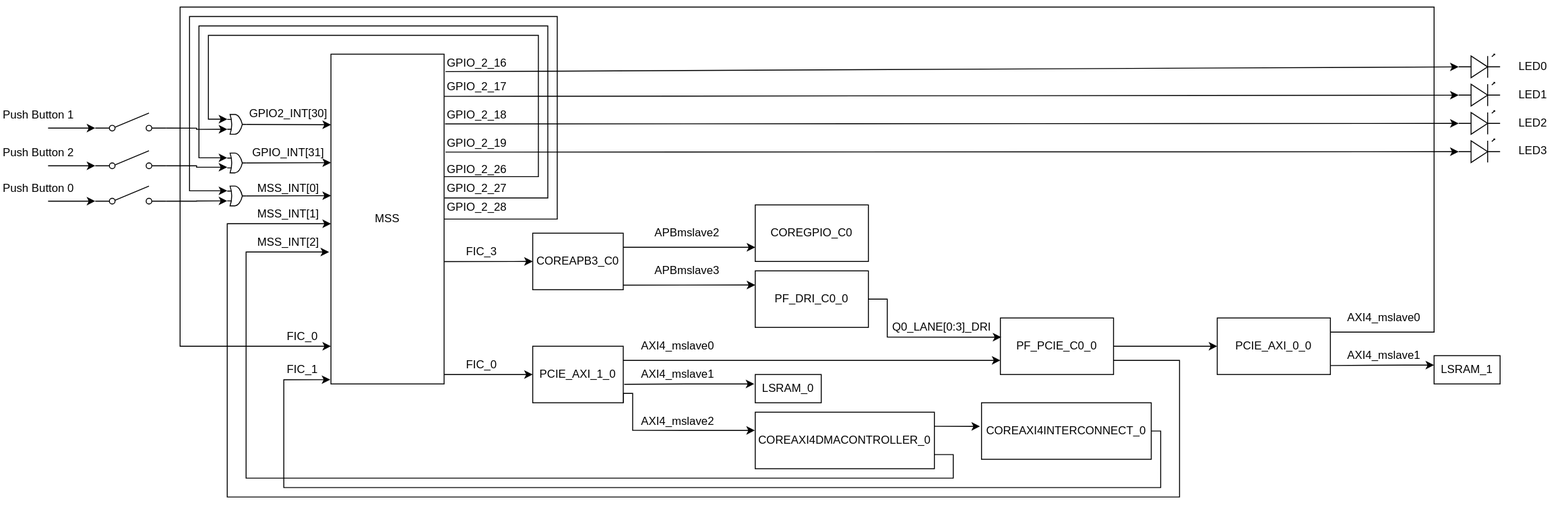
This is block_diagram.svg from polarfire-soc/icicle-kit-reference-design, a draw.io export, as it was before one commit. Source tidied: cells renumbered, new cells last; positions are measured from the earlier drawing's top-left corner, leaving out a move shared by most shapes.
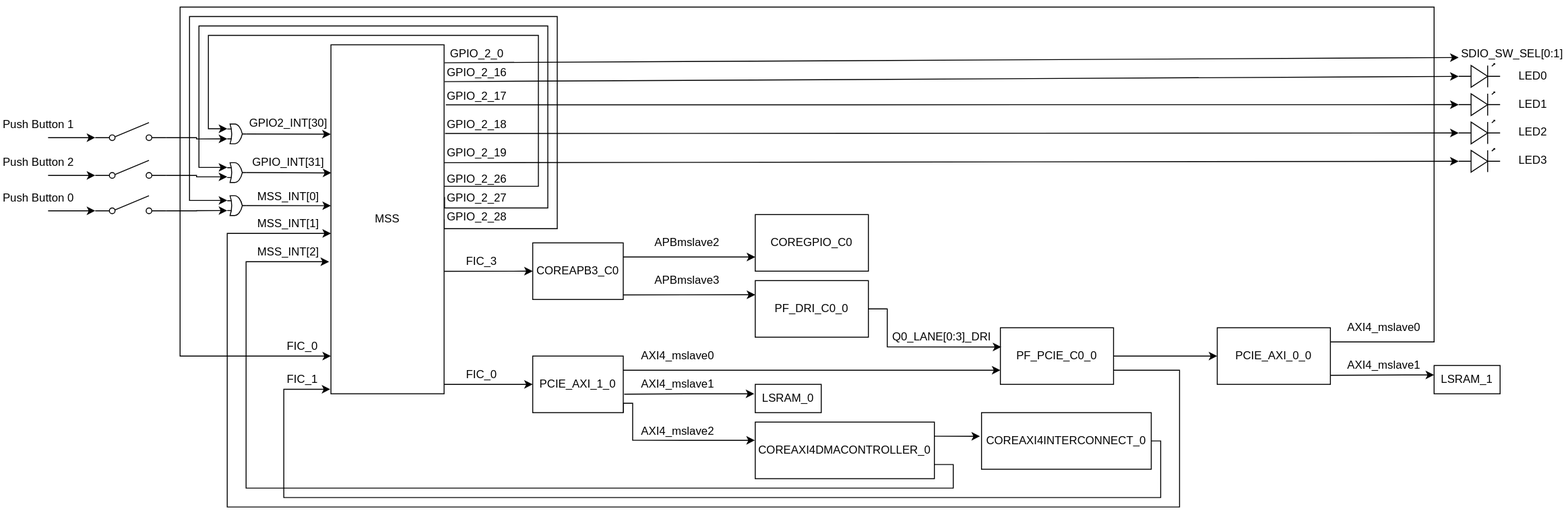
Above is the later version.

Commit message:
Update to allow dynamic eMMC and SD card switching Updated readme and block diagram

What changed in the source:
```diff
@@ -7,13 +7,13 @@
         <mxPoint x="470" y="390" as="sourcePoint" />
       </mxGeometry>
     </mxCell>
-    <mxCell id="3" style="edgeStyle=none;rounded=0;jettySize=auto;html=1;entryX=0;entryY=0.5;entryDx=0;entryDy=0;exitX=0.995;exitY=0.629;exitDx=0;exitDy=0;exitPerimeter=0;" parent="1" edge="1" source="11" target="33">
+    <mxCell id="3" style="edgeStyle=none;rounded=0;jettySize=auto;html=1;entryX=0;entryY=0.5;entryDx=0;entryDy=0;exitX=0.995;exitY=0.649;exitDx=0;exitDy=0;exitPerimeter=0;" parent="1" edge="1" source="11" target="33">
       <mxGeometry relative="1" as="geometry" />
     </mxCell>
-    <mxCell id="4" style="edgeStyle=none;rounded=0;jettySize=auto;html=1;exitX=1.012;exitY=0.053;exitDx=0;exitDy=0;entryX=0;entryY=0.54;entryDx=0;entryDy=0;entryPerimeter=0;exitPerimeter=0;" parent="1" edge="1" source="11" target="48">
+    <mxCell id="4" style="edgeStyle=none;rounded=0;jettySize=auto;html=1;exitX=0.008;exitY=0.952;exitDx=0;exitDy=0;entryX=0;entryY=0.54;entryDx=0;entryDy=0;entryPerimeter=0;exitPerimeter=0;" parent="1" edge="1" source="55" target="48">
       <mxGeometry relative="1" as="geometry" />
     </mxCell>
-    <mxCell id="5" style="edgeStyle=none;rounded=0;jettySize=auto;html=1;exitX=0.994;exitY=0.128;exitDx=0;exitDy=0;exitPerimeter=0;entryX=0;entryY=0.54;entryDx=0;entryDy=0;entryPerimeter=0;" parent="1" edge="1" source="11" target="49">
+    <mxCell id="5" style="edgeStyle=none;rounded=0;jettySize=auto;html=1;exitX=1.015;exitY=0.172;exitDx=0;exitDy=0;exitPerimeter=0;entryX=0;entryY=0.54;entryDx=0;entryDy=0;entryPerimeter=0;" parent="1" edge="1" source="11" target="49">
       <mxGeometry relative="1" as="geometry" />
     </mxCell>
     <mxCell id="6" style="edgeStyle=none;rounded=0;jettySize=auto;html=1;entryX=0;entryY=0.54;entryDx=0;entryDy=0;entryPerimeter=0;" parent="1" edge="1" target="50">
@@ -21,7 +21,7 @@
         <mxPoint x="471" y="124" as="sourcePoint" />
       </mxGeometry>
     </mxCell>
-    <mxCell id="7" style="edgeStyle=none;rounded=0;jettySize=auto;html=1;exitX=1.012;exitY=0.297;exitDx=0;exitDy=0;entryX=0;entryY=0.54;entryDx=0;entryDy=0;entryPerimeter=0;exitPerimeter=0;" parent="1" edge="1" source="11" target="51">
+    <mxCell id="7" style="edgeStyle=none;rounded=0;jettySize=auto;html=1;exitX=0;exitY=1;exitDx=0;exitDy=0;entryX=0;entryY=0.54;entryDx=0;entryDy=0;entryPerimeter=0;" parent="1" edge="1" source="52" target="51">
       <mxGeometry relative="1" as="geometry" />
     </mxCell>
     <mxCell id="8" style="edgeStyle=orthogonalEdgeStyle;rounded=0;jettySize=auto;html=1;" parent="1" edge="1" source="11">
@@ -29,8 +29,8 @@
         <mxPoint x="240" y="119" as="targetPoint" />
         <Array as="points">
           <mxPoint x="570" y="180" />
-          <mxPoint x="570" y="30" />
-          <mxPoint x="220" y="30" />
+          <mxPoint x="570" y="20" />
+          <mxPoint x="220" y="20" />
           <mxPoint x="220" y="119" />
         </Array>
       </mxGeometry>
@@ -39,9 +39,10 @@
       <mxGeometry relative="1" as="geometry">
         <mxPoint x="240" y="160" as="targetPoint" />
         <Array as="points">
+          <mxPoint x="471" y="203" />
           <mxPoint x="580" y="203" />
-          <mxPoint x="580" y="20" />
-          <mxPoint x="210" y="20" />
+          <mxPoint x="580" y="10" />
+          <mxPoint x="210" y="10" />
           <mxPoint x="210" y="160" />
         </Array>
       </mxGeometry>
@@ -50,15 +51,16 @@
       <mxGeometry relative="1" as="geometry">
         <mxPoint x="240" y="195" as="targetPoint" />
         <Array as="points">
+          <mxPoint x="470" y="225" />
           <mxPoint x="590" y="225" />
-          <mxPoint x="590" y="10" />
-          <mxPoint x="200" y="10" />
+          <mxPoint x="590" />
+          <mxPoint x="200" />
           <mxPoint x="200" y="195" />
         </Array>
       </mxGeometry>
     </mxCell>
     <mxCell id="11" value="MSS" style="rounded=0;whiteSpace=wrap;html=1;" parent="1" vertex="1">
-      <mxGeometry x="350" y="50" width="120" height="350" as="geometry" />
+      <mxGeometry x="350" y="30" width="120" height="370" as="geometry" />
     </mxCell>
     <mxCell id="12" style="edgeStyle=none;rounded=0;jettySize=auto;html=1;exitX=1;exitY=0.25;exitDx=0;exitDy=0;entryX=0;entryY=0.75;entryDx=0;entryDy=0;" parent="1" edge="1" source="15" target="19">
       <mxGeometry relative="1" as="geometry" />
@@ -190,8 +192,8 @@
       <mxGeometry relative="1" as="geometry">
         <Array as="points">
           <mxPoint x="1520" y="345" />
-          <mxPoint x="1520" />
-          <mxPoint x="190" />
+          <mxPoint x="1520" y="-10" />
+          <mxPoint x="190" y="-10" />
           <mxPoint x="190" y="360" />
         </Array>
       </mxGeometry>
@@ -256,13 +258,13 @@
     <mxCell id="59" value="LED3" style="text;html=1;strokeColor=none;fillColor=none;align=center;verticalAlign=middle;whiteSpace=wrap;rounded=0;" parent="1" vertex="1">
       <mxGeometry x="1590" y="142.5" width="70" height="20" as="geometry" />
     </mxCell>
-    <mxCell id="60" style="edgeStyle=none;rounded=0;jettySize=auto;html=1;exitX=1;exitY=0.5;exitDx=0;exitDy=0;exitPerimeter=0;entryX=0;entryY=0.214;entryDx=0;entryDy=0;entryPerimeter=0;" parent="1" edge="1" source="83" target="11">
+    <mxCell id="60" style="edgeStyle=none;rounded=0;jettySize=auto;html=1;exitX=1;exitY=0.5;exitDx=0;exitDy=0;exitPerimeter=0;entryX=-0.002;entryY=0.256;entryDx=0;entryDy=0;entryPerimeter=0;" parent="1" edge="1" source="83" target="11">
       <mxGeometry relative="1" as="geometry" />
     </mxCell>
-    <mxCell id="61" style="edgeStyle=none;rounded=0;jettySize=auto;html=1;entryX=0;entryY=0.329;entryDx=0;entryDy=0;entryPerimeter=0;exitX=1;exitY=0.5;exitDx=0;exitDy=0;exitPerimeter=0;" parent="1" edge="1" source="84" target="11">
+    <mxCell id="61" style="edgeStyle=none;rounded=0;jettySize=auto;html=1;exitX=1;exitY=0.5;exitDx=0;exitDy=0;exitPerimeter=0;entryX=0.003;entryY=0.367;entryDx=0;entryDy=0;entryPerimeter=0;" parent="1" edge="1" source="84" target="11">
       <mxGeometry relative="1" as="geometry" />
     </mxCell>
-    <mxCell id="62" style="edgeStyle=none;rounded=0;jettySize=auto;html=1;exitX=1;exitY=0.5;exitDx=0;exitDy=0;exitPerimeter=0;entryX=0;entryY=0.429;entryDx=0;entryDy=0;entryPerimeter=0;" parent="1" edge="1" source="85" target="11">
+    <mxCell id="62" style="edgeStyle=none;rounded=0;jettySize=auto;html=1;exitX=1;exitY=0.5;exitDx=0;exitDy=0;exitPerimeter=0;entryX=0;entryY=0.461;entryDx=0;entryDy=0;entryPerimeter=0;" parent="1" edge="1" source="85" target="11">
       <mxGeometry relative="1" as="geometry" />
     </mxCell>
     <mxCell id="63" value="GPIO_2_26" style="text;html=1;strokeColor=none;fillColor=none;align=center;verticalAlign=middle;whiteSpace=wrap;rounded=0;" parent="1" vertex="1">
@@ -275,7 +277,7 @@
       <mxGeometry x="470" y="202.5" width="70" height="20" as="geometry" />
     </mxCell>
     <mxCell id="66" value="MSS_INT[0]" style="text;html=1;strokeColor=none;fillColor=none;align=center;verticalAlign=middle;whiteSpace=wrap;rounded=0;" parent="1" vertex="1">
-      <mxGeometry x="270" y="182.5" width="70" height="20" as="geometry" />
+      <mxGeometry x="270" y="182.5" width="70" height="17.5" as="geometry" />
     </mxCell>
     <mxCell id="67" value="GPIO_INT[31]" style="text;html=1;strokeColor=none;fillColor=none;align=center;verticalAlign=middle;whiteSpace=wrap;rounded=0;" parent="1" vertex="1">
       <mxGeometry x="270" y="145" width="70" height="20" as="geometry" />
@@ -342,5 +344,16 @@
     <mxCell id="85" style="verticalLabelPosition=bottom;shadow=0;dashed=0;align=center;html=1;verticalAlign=top;shape=mxgraph.electrical.logic_gates.logic_gate;operation=or;" parent="1" vertex="1">
       <mxGeometry x="240" y="190" width="20" height="21" as="geometry" />
     </mxCell>
+    <mxCell id="86" style="edgeStyle=none;rounded=0;jettySize=auto;html=1;exitX=0.008;exitY=0.952;exitDx=0;exitDy=0;entryX=0;entryY=0.54;entryDx=0;entryDy=0;entryPerimeter=0;exitPerimeter=0;" parent="1" edge="1" source="87">
+      <mxGeometry relative="1" as="geometry">
+        <mxPoint x="1546" y="43.5" as="targetPoint" />
+      </mxGeometry>
+    </mxCell>
+    <mxCell id="87" value="GPIO_2_0" style="text;html=1;strokeColor=none;fillColor=none;align=center;verticalAlign=middle;whiteSpace=wrap;rounded=0;" parent="1" vertex="1">
+      <mxGeometry x="470" y="30" width="70" height="20" as="geometry" />
+    </mxCell>
+    <mxCell id="88" value="SDIO_SW_SEL[0:1]" style="text;html=1;strokeColor=none;fillColor=none;align=center;verticalAlign=middle;whiteSpace=wrap;rounded=0;" parent="1" vertex="1">
+      <mxGeometry x="1546" y="30" width="114" height="20" as="geometry" />
+    </mxCell>
   </root>
 </mxGraphModel>
```
